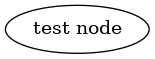
Before: src/notebooks/static/Classification Graph.gv.png, a diagram exported from Graphviz (cstainsby/B-Onion). Its source is kept beside it as src/notebooks/static/Classification Graph.gv. Source of this version:
```dot
digraph "Classification Graph" {
	A [label="test node"]
}
```
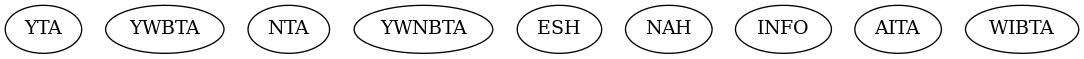
After the commit.

Diff of the diagram source:
```diff
@@ -1,3 +1,11 @@
 digraph "Classification Graph" {
-	A [label="test node"]
+	A [label=YTA]
+	B [label=YWBTA]
+	C [label=NTA]
+	D [label=YWNBTA]
+	E [label=ESH]
+	F [label=NAH]
+	G [label=INFO]
+	H [label=AITA]
+	I [label=WIBTA]
 }
```
